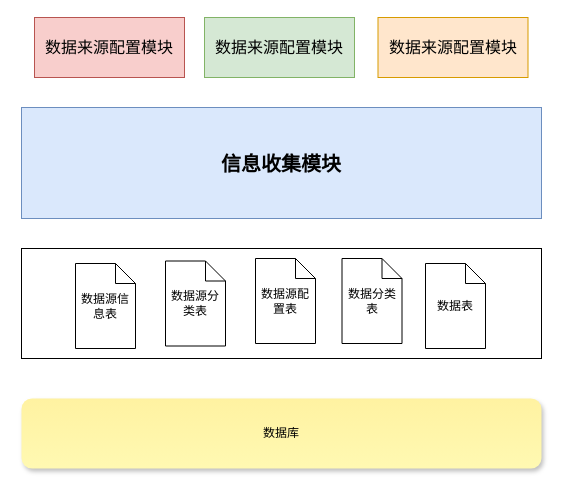
This is 岗位创新/干线信息预警系统开发流程.drawio from lvpv/atlas, a draw.io file, before an edit. Source tidied: cells renumbered, new cells numbered last; positions are measured from the earlier drawing's top-left corner, leaving out a move shared by most shapes. Both pictures are drawn from the tidied source at 100%, with x=0, y=0 at pixel (21, 17).
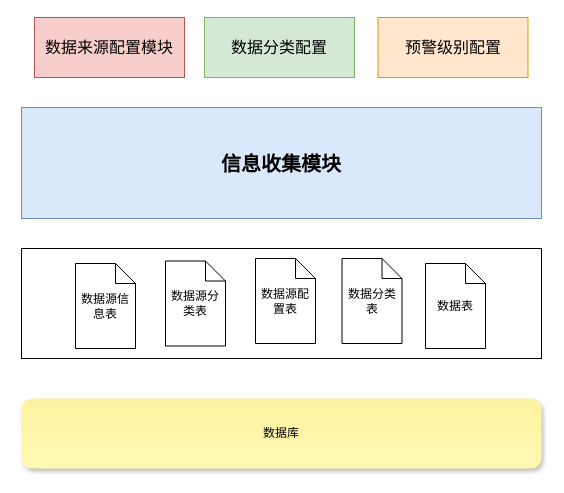
The same diagram, later.

Commit message (it also covers changes not shown here):
更新干线信息预警系统开发流程.drawio

What changed in the source:
```diff
@@
 <mxGraphModel>
   <root>
     <mxCell id="0" />
     <mxCell id="1" parent="0" />
     <mxCell id="2" value="信息收集模块" style="rounded=0;whiteSpace=wrap;html=1;fontFamily=宋体;fontSize=20;fillColor=#dae8fc;strokeColor=#6c8ebf;fontStyle=1;" parent="1" vertex="1">
       <mxGeometry y="90" width="520" height="111" as="geometry" />
     </mxCell>
     <mxCell id="3" value="数据来源配置模块" style="rounded=0;whiteSpace=wrap;html=1;fontFamily=宋体;fontSize=16;fillColor=#f8cecc;strokeColor=#b85450;" parent="1" vertex="1">
       <mxGeometry x="13" width="150" height="60" as="geometry" />
     </mxCell>
-    <mxCell id="4" value="数据来源配置模块" style="rounded=0;whiteSpace=wrap;html=1;fontFamily=宋体;fontSize=16;fillColor=#d5e8d4;strokeColor=#82b366;" parent="1" vertex="1">
+    <mxCell id="4" value="数据分类配置" style="rounded=0;whiteSpace=wrap;html=1;fontFamily=宋体;fontSize=16;fillColor=#d5e8d4;strokeColor=#82b366;" parent="1" vertex="1">
       <mxGeometry x="183" width="150" height="60" as="geometry" />
     </mxCell>
-    <mxCell id="5" value="数据来源配置模块" style="rounded=0;whiteSpace=wrap;html=1;fontFamily=宋体;fontSize=16;fillColor=#ffe6cc;strokeColor=#d79b00;" parent="1" vertex="1">
+    <mxCell id="5" value="预警级别配置" style="rounded=0;whiteSpace=wrap;html=1;fontFamily=宋体;fontSize=16;fillColor=#ffe6cc;strokeColor=#d79b00;" parent="1" vertex="1">
       <mxGeometry x="356.5" width="150" height="60" as="geometry" />
     </mxCell>
     <mxCell id="6" style="rounded=0;whiteSpace=wrap;html=1;fontFamily=宋体;" parent="1" vertex="1">
       <mxGeometry y="231" width="520" height="110" as="geometry" />
     </mxCell>
     <mxCell id="7" value="数据源信息表" style="shape=note;size=20;whiteSpace=wrap;html=1;fontFamily=宋体;fontSize=12;" parent="1" vertex="1">
       <mxGeometry x="54" y="246" width="60" height="85" as="geometry" />
     </mxCell>
     <mxCell id="8" value="数据源分类表" style="shape=note;size=20;whiteSpace=wrap;html=1;fontFamily=宋体;fontSize=12;" parent="1" vertex="1">
       <mxGeometry x="144" y="243.5" width="60" height="85" as="geometry" />
     </mxCell>
     <mxCell id="9" value="数据源配置表" style="shape=note;size=20;whiteSpace=wrap;html=1;fontFamily=宋体;fontSize=12;" parent="1" vertex="1">
       <mxGeometry x="234" y="241" width="60" height="85" as="geometry" />
     </mxCell>
     <mxCell id="10" value="数据分类表" style="shape=note;size=20;whiteSpace=wrap;html=1;fontFamily=宋体;fontSize=12;" parent="1" vertex="1">
       <mxGeometry x="320.5" y="241" width="60" height="85" as="geometry" />
     </mxCell>
     <mxCell id="11" value="数据表" style="shape=note;size=20;whiteSpace=wrap;html=1;fontFamily=宋体;fontSize=12;" parent="1" vertex="1">
       <mxGeometry x="404" y="246" width="60" height="85" as="geometry" />
     </mxCell>
     <mxCell id="12" value="数据库" style="rounded=1;whiteSpace=wrap;html=1;fillColor=#FFF9B2;strokeColor=none;fontColor=#000000;fillStyle=solid;gradientDirection=north;gradientColor=#FFF2A1;shadow=1;" parent="1" vertex="1">
       <mxGeometry y="381" width="520" height="70" as="geometry" />
     </mxCell>
   </root>
 </mxGraphModel>
```
